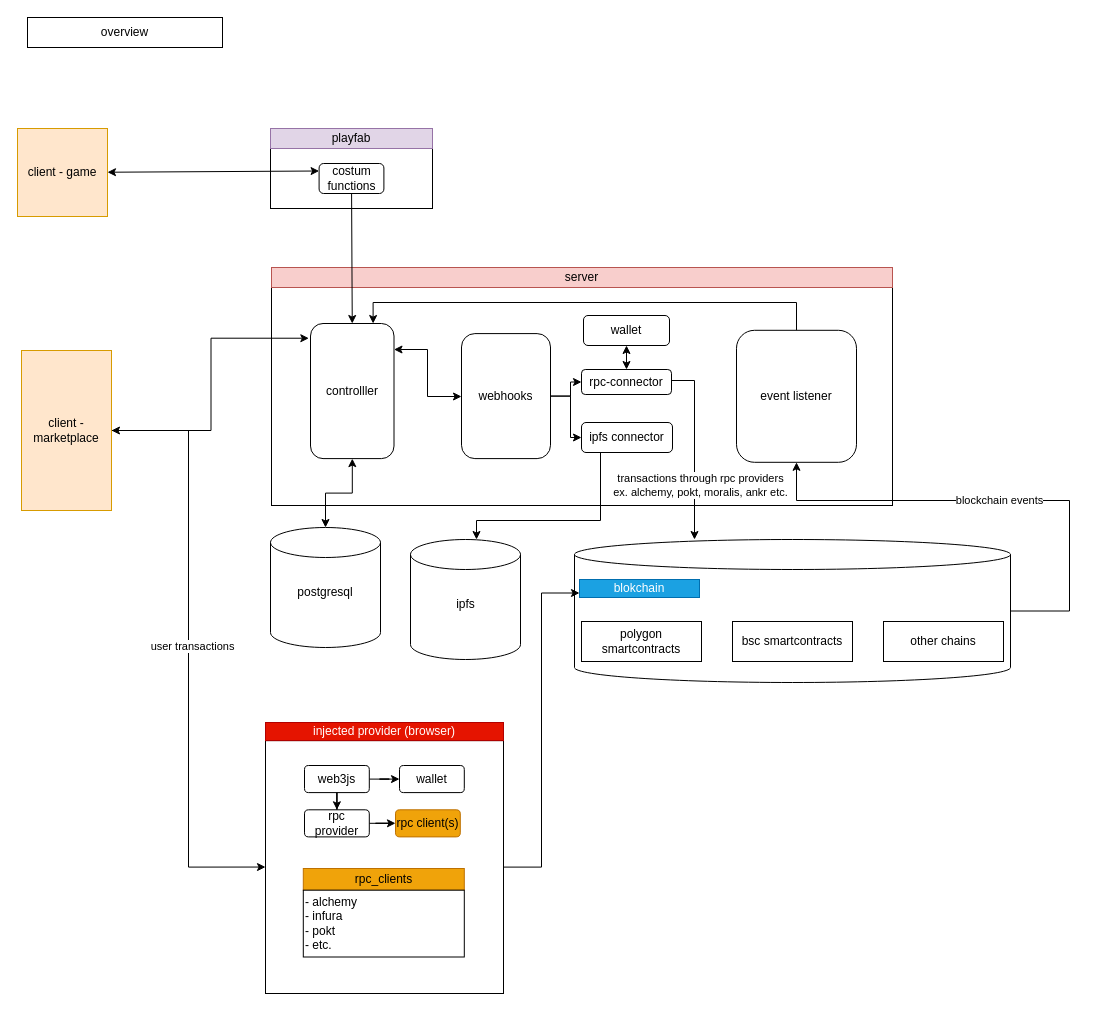
Earlier version of the draw.io diagram page "Page-3" (3 of 3) of diagrams/onchain-ofchain.drawio (RasenGUY/smartDev). Source tidied: cells renumbered, new cells numbered last; positions are measured from the earlier drawing's top-left corner, leaving out a move shared by most shapes. Both pictures are drawn from the tidied source at 100%, with x=0, y=0 at pixel (17, 17).
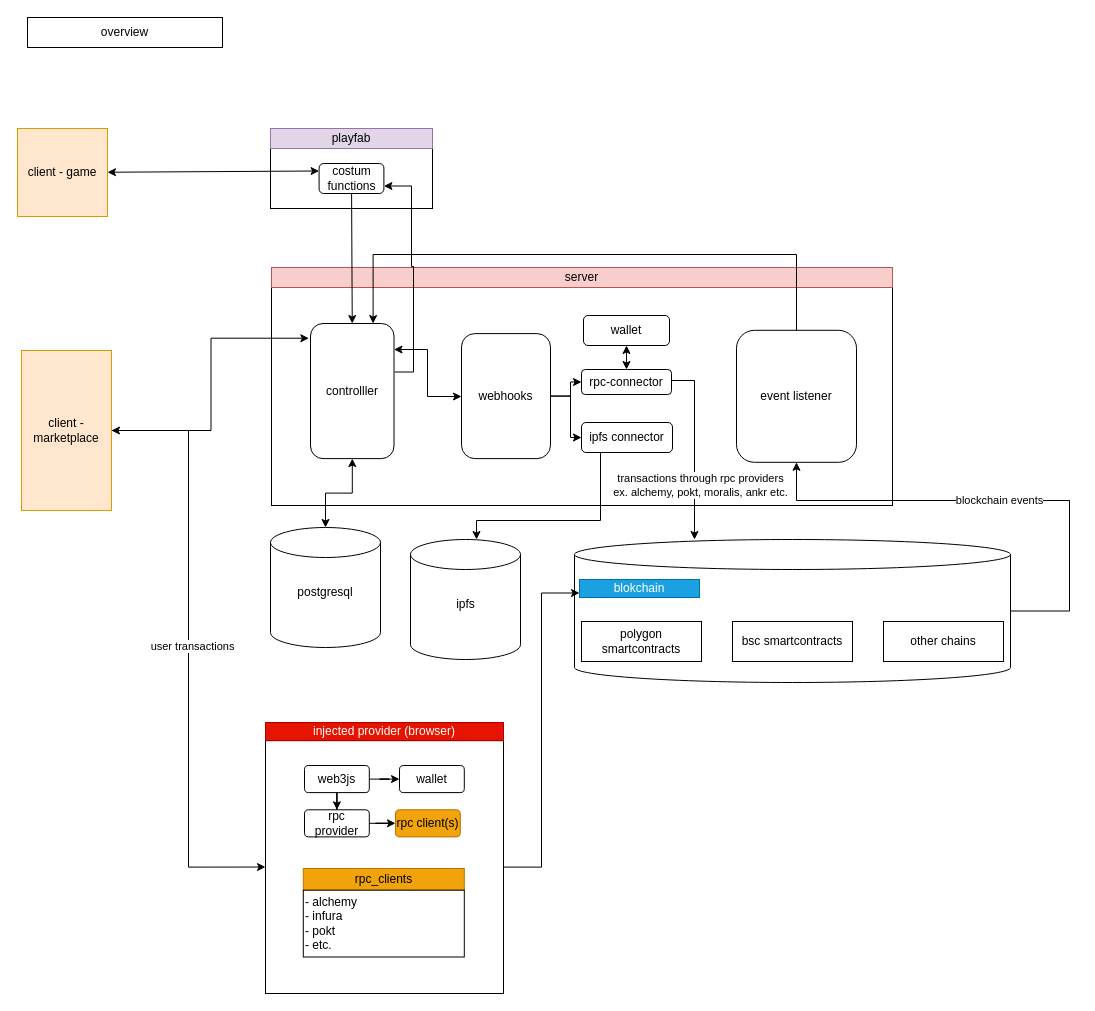
The same diagram, later.

Unchanged cells that the change refers to:
```xml
<mxCell id="5" value="costum functions" style="rounded=1;whiteSpace=wrap;html=1;" parent="2" vertex="1">
  <mxGeometry x="48.6" y="35" width="64.8" height="30" as="geometry" />
</mxCell>
<mxCell id="6" style="group;" parent="1" vertex="1">
  <mxGeometry x="254" y="250" width="722" height="238" as="geometry" />
</mxCell>
<mxCell id="17" value="event listener" style="rounded=1;whiteSpace=wrap;html=1;" parent="6" vertex="1">
  <mxGeometry x="465" y="62.8" width="120" height="132" as="geometry" />
</mxCell>
<mxCell id="19" value="controlller" style="rounded=1;whiteSpace=wrap;html=1;" parent="6" vertex="1">
  <mxGeometry x="39" y="56" width="83.5" height="135.1" as="geometry" />
</mxCell>
```

The edit, as a diff of the source:
```diff
@@
     <mxCell id="16" style="edgeStyle=orthogonalEdgeStyle;rounded=0;jettySize=auto;html=1;entryX=0.75;entryY=0;entryDx=0;entryDy=0;startArrow=none;startFill=0;endArrow=classic;endFill=1;" parent="6" edge="1" source="17" target="19">
       <mxGeometry relative="1" as="geometry">
         <Array as="points">
-          <mxPoint x="525" y="35" />
-          <mxPoint x="102" y="35" />
+          <mxPoint x="525" y="-13" />
+          <mxPoint x="102" y="-13" />
         </Array>
       </mxGeometry>
     </mxCell>
@@
+    <mxCell id="60" style="edgeStyle=orthogonalEdgeStyle;rounded=0;jettySize=auto;html=1;entryX=1;entryY=0.75;entryDx=0;entryDy=0;startArrow=none;startFill=0;endArrow=classic;endFill=1;exitX=1.008;exitY=0.359;exitDx=0;exitDy=0;exitPerimeter=0;" parent="1" edge="1" source="19" target="5">
+      <mxGeometry relative="1" as="geometry">
+        <Array as="points">
+          <mxPoint x="396" y="355" />
+          <mxPoint x="396" y="249" />
+          <mxPoint x="394" y="249" />
+          <mxPoint x="394" y="169" />
+        </Array>
+      </mxGeometry>
+    </mxCell>
```
